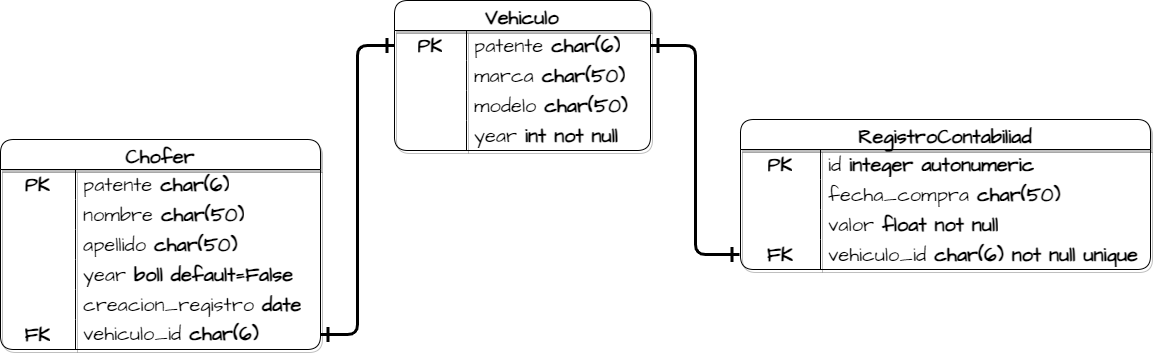
Above: modelos.png in EniDev911/m7_03_vehiculos_empresas (draw.io), before the change. Source tidied: cells renumbered, new cells last; positions are measured from the earlier drawing's top-left corner, leaving out a move shared by most shapes.
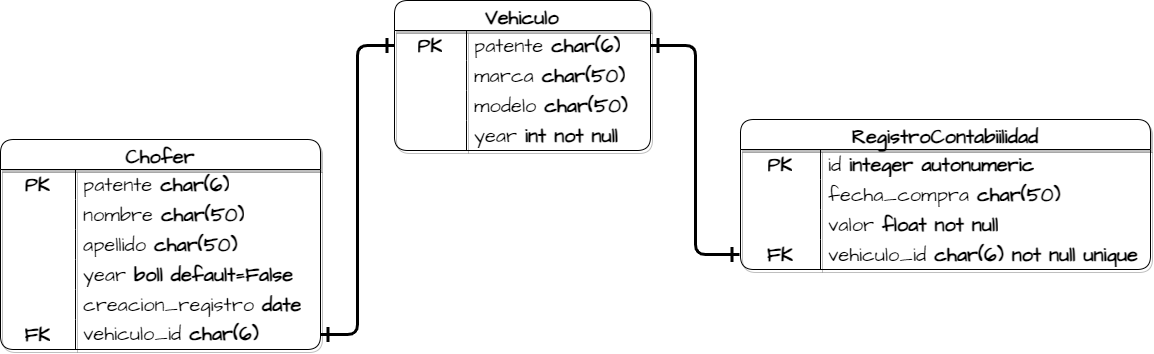
Above is the later version.

What changed in the source:
```diff
@@ -101,7 +101,7 @@
     <mxCell id="34" value="vehiculo_id &lt;b&gt;char(6) unique&lt;/b&gt;" style="shape=partialRectangle;html=1;whiteSpace=wrap;fillColor=none;top=0;left=0;bottom=0;right=0;align=left;spacingLeft=6;overflow=hidden;hachureGap=4;fontFamily=Architects Daughter;fontSource=https%3A%2F%2Ffonts.googleapis.com%2Fcss%3Ffamily%3DArchitects%2BDaughter;fontSize=20;rounded=1;" parent="32" vertex="1">
       <mxGeometry x="75" width="245" height="30" as="geometry" />
     </mxCell>
-    <mxCell id="35" value="RegistroContabiliad" style="shape=table;startSize=30;rowLines=0;fontStyle=1;hachureGap=4;fontFamily=Architects Daughter;fontSource=https%3A%2F%2Ffonts.googleapis.com%2Fcss%3Ffamily%3DArchitects%2BDaughter;fontSize=20;shadow=1;rounded=1;fillStyle=auto;" parent="1" vertex="1">
+    <mxCell id="35" value="RegistroContabiilidad" style="shape=table;startSize=30;rowLines=0;fontStyle=1;hachureGap=4;fontFamily=Architects Daughter;fontSource=https%3A%2F%2Ffonts.googleapis.com%2Fcss%3Ffamily%3DArchitects%2BDaughter;fontSize=20;shadow=1;rounded=1;fillStyle=auto;" parent="1" vertex="1">
       <mxGeometry x="740" y="119" width="410" height="150" as="geometry" />
     </mxCell>
     <mxCell id="36" style="shape=tableRow;horizontal=0;startSize=0;swimlaneHead=0;swimlaneBody=0;top=0;left=0;bottom=0;right=0;fillColor=none;hachureGap=4;fontFamily=Architects Daughter;fontSource=https%3A%2F%2Ffonts.googleapis.com%2Fcss%3Ffamily%3DArchitects%2BDaughter;fontSize=20;rounded=1;shadow=0;" parent="35" vertex="1">
```
